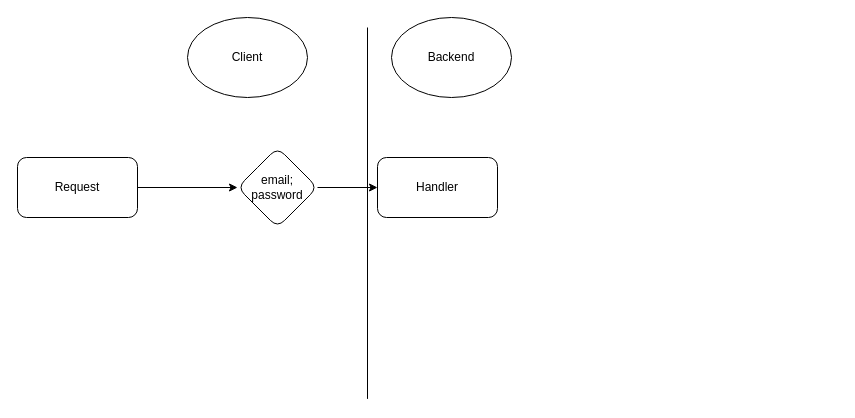
This is dock_app_backend/auth.drawio from Durotann/DocApp, a draw.io file, before an edit. Source tidied: cells renumbered, new cells numbered last; positions are measured from the earlier drawing's top-left corner, leaving out a move shared by most shapes. Both pictures are drawn from the tidied source at 100%, with x=0, y=0 at pixel (17, 17).
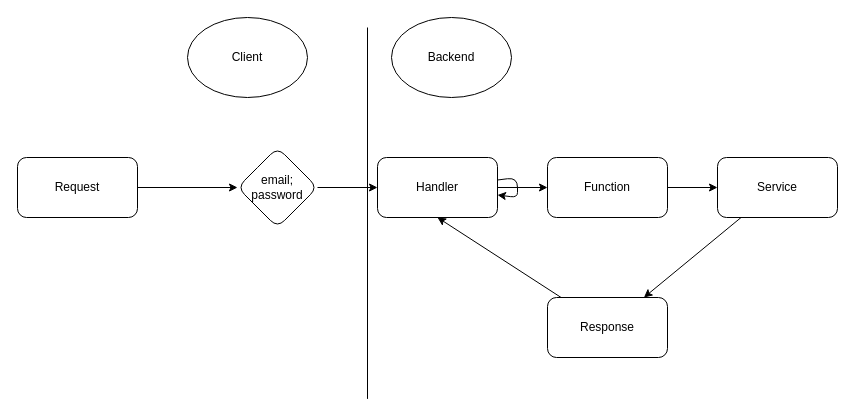
The same diagram, later.

Diff of the diagram source:
```diff
@@
 <mxGraphModel>
   <root>
     <mxCell id="0" />
     <mxCell id="1" parent="0" />
     <mxCell id="2" style="edgeStyle=none;html=1;" parent="1" edge="1" source="3" target="5">
       <mxGeometry relative="1" as="geometry" />
     </mxCell>
     <mxCell id="3" value="Request" style="rounded=1;whiteSpace=wrap;html=1;" parent="1" vertex="1">
       <mxGeometry y="140" width="120" height="60" as="geometry" />
     </mxCell>
     <mxCell id="4" style="edgeStyle=none;html=1;" parent="1" edge="1" source="5" target="6">
       <mxGeometry relative="1" as="geometry" />
     </mxCell>
     <mxCell id="5" value="email;&lt;br&gt;password" style="rhombus;whiteSpace=wrap;html=1;rounded=1;" parent="1" vertex="1">
       <mxGeometry x="220" y="130" width="80" height="80" as="geometry" />
     </mxCell>
+    <mxCell id="10" style="edgeStyle=none;html=1;" parent="1" edge="1" source="6" target="14">
+      <mxGeometry relative="1" as="geometry" />
+    </mxCell>
     <mxCell id="6" value="Handler" style="whiteSpace=wrap;html=1;rounded=1;" parent="1" vertex="1">
       <mxGeometry x="360" y="140" width="120" height="60" as="geometry" />
     </mxCell>
     <mxCell id="7" style="endArrow=none;html=1;" parent="1" edge="1">
       <mxGeometry relative="1" as="geometry">
         <mxPoint x="350" y="381.4" as="sourcePoint" />
         <mxPoint x="350" y="10" as="targetPoint" />
       </mxGeometry>
     </mxCell>
     <mxCell id="8" value="Client" style="ellipse;whiteSpace=wrap;html=1;" parent="1" vertex="1">
       <mxGeometry x="170" width="120" height="80" as="geometry" />
     </mxCell>
     <mxCell id="9" value="Backend" style="ellipse;whiteSpace=wrap;html=1;" parent="1" vertex="1">
       <mxGeometry x="374" width="120" height="80" as="geometry" />
     </mxCell>
+    <mxCell id="11" style="edgeStyle=none;html=1;" parent="1" edge="1" source="12" target="16">
+      <mxGeometry relative="1" as="geometry" />
+    </mxCell>
+    <mxCell id="12" value="Service" style="whiteSpace=wrap;html=1;rounded=1;" parent="1" vertex="1">
+      <mxGeometry x="700" y="140" width="120" height="60" as="geometry" />
+    </mxCell>
+    <mxCell id="13" style="edgeStyle=none;html=1;entryX=0;entryY=0.5;entryDx=0;entryDy=0;" parent="1" edge="1" source="14" target="12">
+      <mxGeometry relative="1" as="geometry" />
+    </mxCell>
+    <mxCell id="14" value="Function" style="whiteSpace=wrap;html=1;rounded=1;" parent="1" vertex="1">
+      <mxGeometry x="530" y="140" width="120" height="60" as="geometry" />
+    </mxCell>
+    <mxCell id="15" style="edgeStyle=none;html=1;entryX=0.5;entryY=1;entryDx=0;entryDy=0;" parent="1" edge="1" source="16" target="6">
+      <mxGeometry relative="1" as="geometry" />
+    </mxCell>
+    <mxCell id="16" value="Response" style="whiteSpace=wrap;html=1;rounded=1;" parent="1" vertex="1">
+      <mxGeometry x="530" y="280" width="120" height="60" as="geometry" />
+    </mxCell>
+    <mxCell id="17" style="edgeStyle=none;html=1;" parent="1" edge="1" source="6" target="6">
+      <mxGeometry relative="1" as="geometry" />
+    </mxCell>
   </root>
 </mxGraphModel>
```
